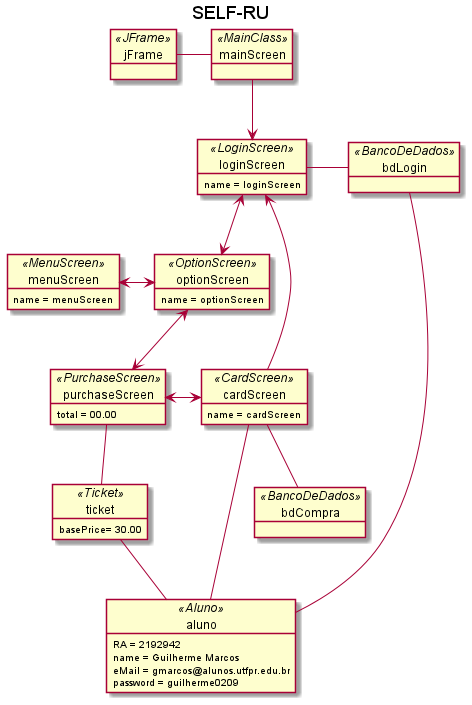
Before: UML/ProjetoUML-SELF-RU-Objetos.png, a diagram exported from PlantUML (GuiMarcos/ProjetoAnaliseDeSistemas).
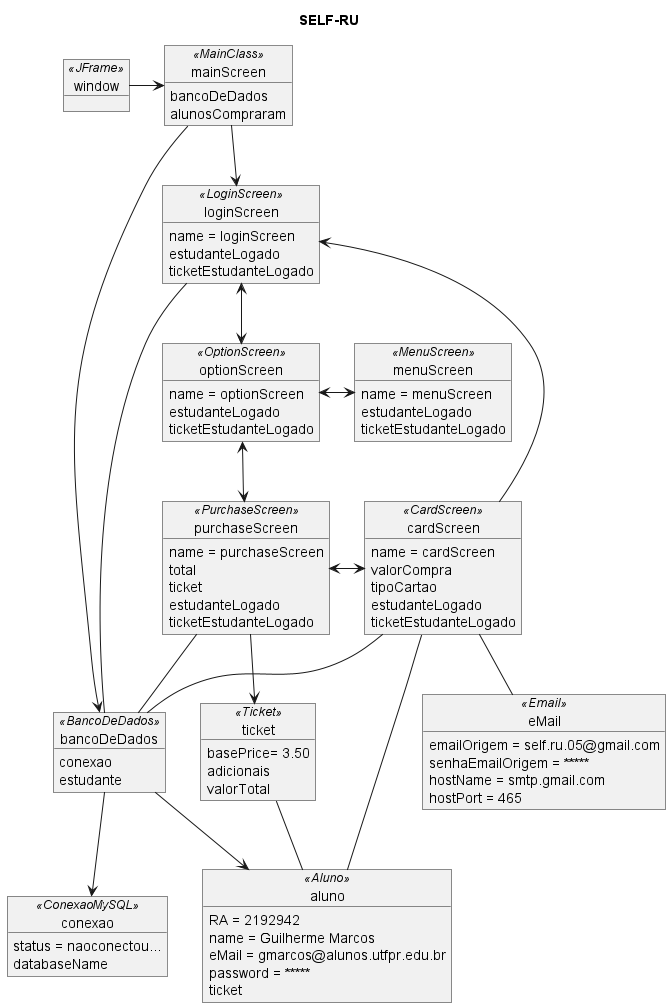
The same file after the commit.

What changed in the source:
```diff
@@ -2,57 +2,96 @@
 
 title SELF-RU
 
+object window <<JFrame>>
+
 together {
+    object mainScreen <<MainClass>>{
+        bancoDeDados
+        alunosCompraram
+    }
     object loginScreen <<LoginScreen>> {
         name = loginScreen
+        estudanteLogado
+        ticketEstudanteLogado
     }
-
     object optionScreen <<OptionScreen>> {
         name = optionScreen
+        estudanteLogado
+        ticketEstudanteLogado
     }
     object purchaseScreen <<PurchaseScreen>>{
-        total = 00.00
+        name = purchaseScreen
+        total
+        ticket
+        estudanteLogado
+        ticketEstudanteLogado
     }
     object cardScreen <<CardScreen>> {
         name = cardScreen
+        valorCompra
+        tipoCartao
+        estudanteLogado
+        ticketEstudanteLogado
     }
     object menuScreen <<MenuScreen>> {
         name = menuScreen
+        estudanteLogado
+        ticketEstudanteLogado
     }
 }
 
 object ticket <<Ticket>>{
-    basePrice= 30.00
+    basePrice= 3.50
+    adicionais
+    valorTotal
 }
 
 object aluno <<Aluno>> {
         RA = 2192942
         name = Guilherme Marcos
         eMail = gmarcos@alunos.utfpr.edu.br
-        password = guilherme0209
+        password = *********
+        ticket
 }
 
-object bdLogin <<BancoDeDados>>
+together {
+    object conexao <<ConexaoMySQL>>{
+        status = naoconectou...
+        databaseName
+    }
 
-object mainScreen <<MainClass>>
+    object bancoDeDados <<BancoDeDados>>{
+        conexao
+        estudante
+    }
+}
 
-object bdCompra <<BancoDeDados>>
-
-object jFrame <<JFrame>>
+object eMail <<Email>>{
+    emailOrigem = self.ru.05@gmail.com
+    senhaEmailOrigem = *************
+    hostName = smtp.gmail.com
+    hostPort = 465
+}
 
 
 
-jFrame -right- mainScreen
+window -> mainScreen
+mainScreen -> bancoDeDados
 mainScreen --> loginScreen
-loginScreen -right- bdLogin
-bdLogin -- aluno
+loginScreen <--> optionScreen
+optionScreen <-right> menuScreen
+loginScreen -left- bancoDeDados
+optionScreen <--> purchaseScreen
+purchaseScreen <-> cardScreen
+purchaseScreen -> ticket
+purchaseScreen -- bancoDeDados
+cardScreen -- aluno
+cardScreen --> loginScreen
+cardScreen -- eMail
+cardScreen -- bancoDeDados
+bancoDeDados --> aluno
+bancoDeDados --> conexao
 ticket -- aluno
-loginScreen <--> optionScreen
-optionScreen <-left-> menuScreen
-optionScreen <--> purchaseScreen
-purchaseScreen -down- ticket
-purchaseScreen <-right-> cardScreen
-cardScreen --> loginScreen
-cardScreen -- bdCompra
-cardScreen -right- aluno
+
+
 @enduml
```
